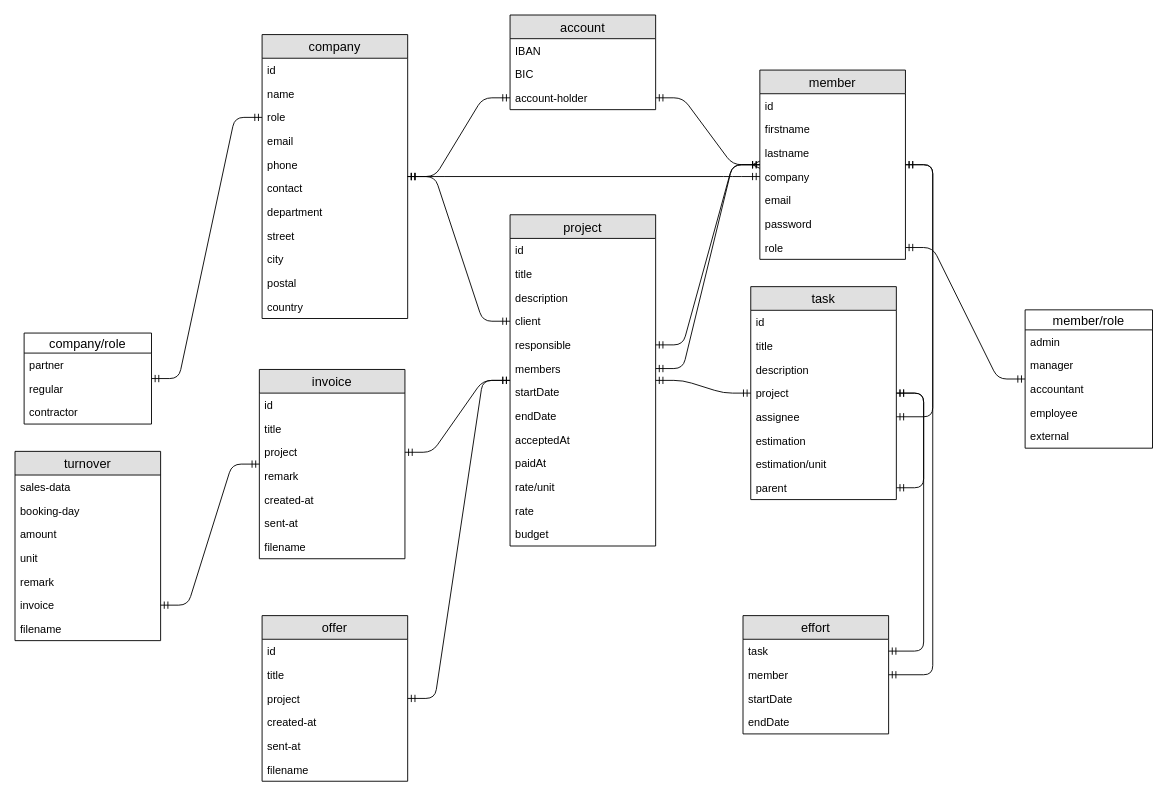
This is doc/data_model.drawio from kordano/takomo, a draw.io file, before an edit. Source tidied: cells renumbered, new cells numbered last; positions are measured from the earlier drawing's top-left corner, leaving out a move shared by most shapes. Both pictures are drawn from the tidied source at 91%, with x=0, y=0 at pixel (15, 15).
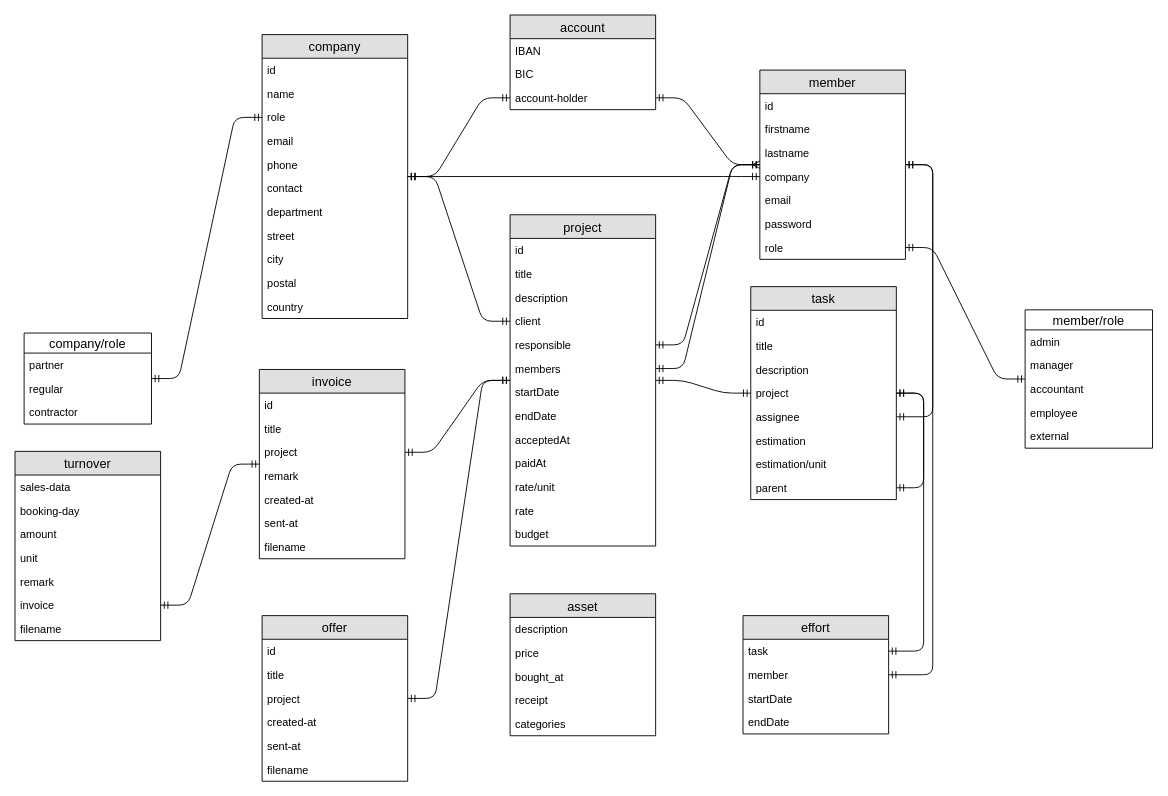
Above is the later version.

The edit, as a diff of the source:
```diff
@@
+    <mxCell id="103" value="asset" style="swimlane;fontStyle=0;horizontal=1;startSize=26;fillColor=#e0e0e0;swimlaneFillColor=#ffffff;align=center;fontSize=14;" parent="1" vertex="1">
+      <mxGeometry x="544" y="636" width="160" height="156" as="geometry" />
+    </mxCell>
+    <mxCell id="104" value="description" style="text;strokeColor=none;fillColor=none;spacingLeft=4;spacingRight=4;overflow=hidden;fontSize=12;" parent="103" vertex="1">
+      <mxGeometry y="26" width="160" height="26" as="geometry" />
+    </mxCell>
+    <mxCell id="105" value="price" style="text;strokeColor=none;fillColor=none;spacingLeft=4;spacingRight=4;overflow=hidden;fontSize=12;" parent="103" vertex="1">
+      <mxGeometry y="52" width="160" height="26" as="geometry" />
+    </mxCell>
+    <mxCell id="106" value="bought_at" style="text;strokeColor=none;fillColor=none;spacingLeft=4;spacingRight=4;overflow=hidden;fontSize=12;" parent="103" vertex="1">
+      <mxGeometry y="78" width="160" height="26" as="geometry" />
+    </mxCell>
+    <mxCell id="107" value="receipt" style="text;strokeColor=none;fillColor=none;spacingLeft=4;spacingRight=4;overflow=hidden;fontSize=12;" parent="103" vertex="1">
+      <mxGeometry y="104" width="160" height="26" as="geometry" />
+    </mxCell>
+    <mxCell id="108" value="categories" style="text;strokeColor=none;fillColor=none;spacingLeft=4;spacingRight=4;overflow=hidden;fontSize=12;" parent="103" vertex="1">
+      <mxGeometry y="130" width="160" height="26" as="geometry" />
+    </mxCell>
```
